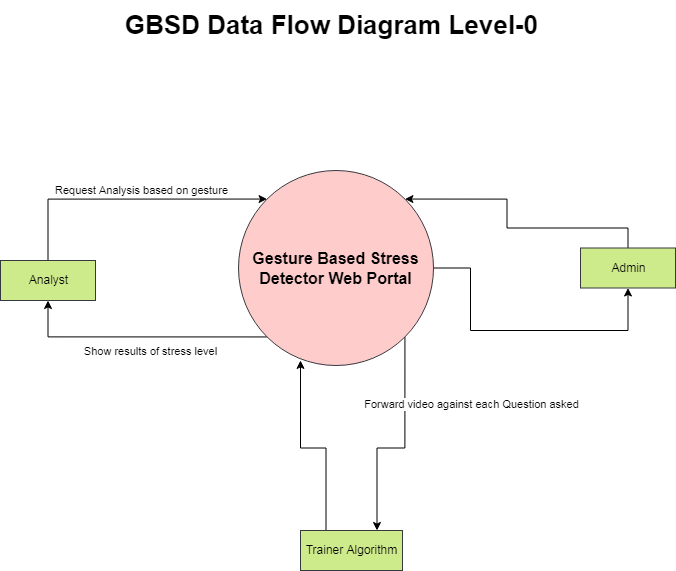
mabdulrafea101/sohaib_fyp_docs keeps this draw.io diagram as DFD_L0_GBSD.png. Above is the earlier version. Source tidied: cells renumbered, new cells last; positions are measured from the earlier drawing's top-left corner, leaving out a move shared by most shapes. Its diagram source:
```xml
<mxGraphModel>
  <root>
    <mxCell id="0" />
    <mxCell id="1" parent="0" />
    <mxCell id="2" value="&lt;b&gt;&lt;font style=&quot;font-size: 26px&quot;&gt;GBSD Data Flow Diagram Level-0&amp;nbsp;&lt;/font&gt;&lt;/b&gt;" style="text;html=1;strokeColor=none;fillColor=none;align=center;verticalAlign=middle;whiteSpace=wrap;rounded=0;" parent="1" vertex="1">
      <mxGeometry x="115" width="440" height="50" as="geometry" />
    </mxCell>
    <mxCell id="3" style="edgeStyle=orthogonalEdgeStyle;rounded=0;jettySize=auto;html=1;exitX=1;exitY=1;exitDx=0;exitDy=0;entryX=0.75;entryY=0;entryDx=0;entryDy=0;" parent="1" edge="1" source="8" target="15">
      <mxGeometry relative="1" as="geometry" />
    </mxCell>
    <mxCell id="4" value="Forward video against each Question asked" style="edgeLabel;html=1;align=center;verticalAlign=middle;" parent="3" vertex="1">
      <mxGeometry x="-0.4" y="-3" relative="1" as="geometry">
        <mxPoint x="69" as="offset" />
      </mxGeometry>
    </mxCell>
    <mxCell id="5" style="edgeStyle=orthogonalEdgeStyle;rounded=0;jettySize=auto;html=1;exitX=0;exitY=1;exitDx=0;exitDy=0;entryX=0.5;entryY=1;entryDx=0;entryDy=0;" parent="1" edge="1" source="8" target="11">
      <mxGeometry relative="1" as="geometry">
        <Array as="points">
          <mxPoint x="48" y="336" />
        </Array>
      </mxGeometry>
    </mxCell>
    <mxCell id="6" value="Show results of stress level" style="edgeLabel;html=1;align=center;verticalAlign=middle;" parent="5" vertex="1">
      <mxGeometry x="0.24" relative="1" as="geometry">
        <mxPoint x="42" y="14" as="offset" />
      </mxGeometry>
    </mxCell>
    <mxCell id="7" style="edgeStyle=orthogonalEdgeStyle;rounded=0;jettySize=auto;html=1;exitX=1;exitY=0.5;exitDx=0;exitDy=0;entryX=0.5;entryY=1;entryDx=0;entryDy=0;" parent="1" edge="1" source="8" target="13">
      <mxGeometry relative="1" as="geometry">
        <Array as="points">
          <mxPoint x="470" y="268" />
          <mxPoint x="470" y="330" />
          <mxPoint x="628" y="330" />
        </Array>
      </mxGeometry>
    </mxCell>
    <mxCell id="8" value="&lt;b&gt;&lt;font style=&quot;font-size: 16px&quot;&gt;Gesture Based Stress Detector Web Portal&lt;/font&gt;&lt;/b&gt;" style="ellipse;whiteSpace=wrap;html=1;fillColor=#ffcccc;strokeColor=#36393d;" parent="1" vertex="1">
      <mxGeometry x="238" y="170" width="195" height="195" as="geometry" />
    </mxCell>
    <mxCell id="9" style="edgeStyle=orthogonalEdgeStyle;rounded=0;jettySize=auto;html=1;exitX=0.5;exitY=0;exitDx=0;exitDy=0;entryX=0;entryY=0;entryDx=0;entryDy=0;" parent="1" edge="1" source="11" target="8">
      <mxGeometry relative="1" as="geometry" />
    </mxCell>
    <mxCell id="10" value="Request Analysis based on gesture" style="edgeLabel;html=1;align=center;verticalAlign=middle;" parent="9" vertex="1">
      <mxGeometry x="-0.1" relative="1" as="geometry">
        <mxPoint x="28" y="-9" as="offset" />
      </mxGeometry>
    </mxCell>
    <mxCell id="11" value="Analyst" style="html=1;dashed=0;whitespace=wrap;fillColor=#cdeb8b;strokeColor=#36393d;" parent="1" vertex="1">
      <mxGeometry y="260" width="95" height="40" as="geometry" />
    </mxCell>
    <mxCell id="12" style="edgeStyle=orthogonalEdgeStyle;rounded=0;jettySize=auto;html=1;exitX=0.5;exitY=0;exitDx=0;exitDy=0;entryX=1;entryY=0;entryDx=0;entryDy=0;" parent="1" edge="1" source="13" target="8">
      <mxGeometry relative="1" as="geometry" />
    </mxCell>
    <mxCell id="13" value="Admin" style="html=1;dashed=0;whitespace=wrap;fillColor=#cdeb8b;strokeColor=#36393d;" parent="1" vertex="1">
      <mxGeometry x="580" y="247.5" width="95" height="40" as="geometry" />
    </mxCell>
    <mxCell id="14" style="edgeStyle=orthogonalEdgeStyle;rounded=0;jettySize=auto;html=1;exitX=0.25;exitY=0;exitDx=0;exitDy=0;entryX=0.318;entryY=0.974;entryDx=0;entryDy=0;entryPerimeter=0;" parent="1" edge="1" source="15" target="8">
      <mxGeometry relative="1" as="geometry" />
    </mxCell>
    <mxCell id="15" value="Trainer Algorithm" style="html=1;dashed=0;whitespace=wrap;fillColor=#cdeb8b;strokeColor=#36393d;" parent="1" vertex="1">
      <mxGeometry x="300" y="530" width="102" height="40" as="geometry" />
    </mxCell>
  </root>
</mxGraphModel>
```
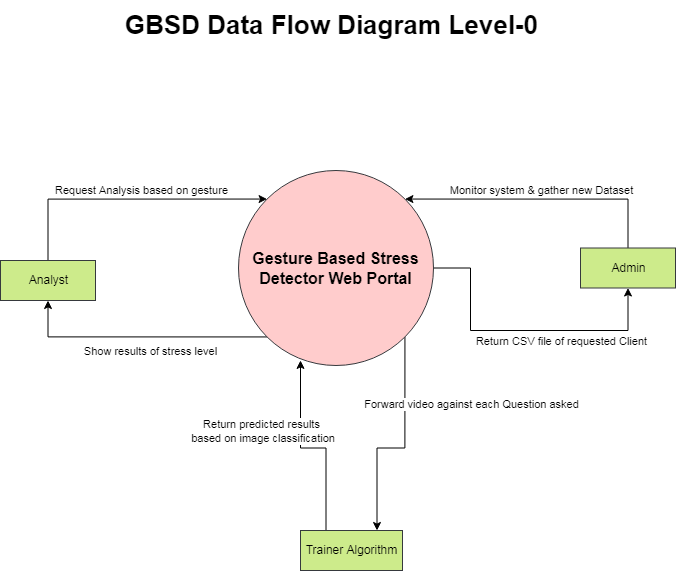
Later version of the same file.

What changed in the source:
```diff
@@ -34,6 +34,11 @@
         </Array>
       </mxGeometry>
     </mxCell>
+    <mxCell id="16" value="Return CSV file of requested Client" style="edgeLabel;html=1;align=center;verticalAlign=middle;" parent="7" vertex="1">
+      <mxGeometry x="0.03" y="-2" relative="1" as="geometry">
+        <mxPoint x="37" y="8" as="offset" />
+      </mxGeometry>
+    </mxCell>
     <mxCell id="8" value="&lt;b&gt;&lt;font style=&quot;font-size: 16px&quot;&gt;Gesture Based Stress Detector Web Portal&lt;/font&gt;&lt;/b&gt;" style="ellipse;whiteSpace=wrap;html=1;fillColor=#ffcccc;strokeColor=#36393d;" parent="1" vertex="1">
       <mxGeometry x="238" y="170" width="195" height="195" as="geometry" />
     </mxCell>
@@ -49,14 +54,28 @@
       <mxGeometry y="260" width="95" height="40" as="geometry" />
     </mxCell>
     <mxCell id="12" style="edgeStyle=orthogonalEdgeStyle;rounded=0;jettySize=auto;html=1;exitX=0.5;exitY=0;exitDx=0;exitDy=0;entryX=1;entryY=0;entryDx=0;entryDy=0;" parent="1" edge="1" source="13" target="8">
-      <mxGeometry relative="1" as="geometry" />
+      <mxGeometry relative="1" as="geometry">
+        <Array as="points">
+          <mxPoint x="628" y="199" />
+        </Array>
+      </mxGeometry>
     </mxCell>
+    <mxCell id="17" value="Monitor system &amp;amp; gather new Dataset" style="edgeLabel;html=1;align=center;verticalAlign=middle;" parent="12" vertex="1">
+      <mxGeometry x="0.26" y="-2" relative="1" as="geometry">
+        <mxPoint x="35" y="-7" as="offset" />
+      </mxGeometry>
+    </mxCell>
     <mxCell id="13" value="Admin" style="html=1;dashed=0;whitespace=wrap;fillColor=#cdeb8b;strokeColor=#36393d;" parent="1" vertex="1">
       <mxGeometry x="580" y="247.5" width="95" height="40" as="geometry" />
     </mxCell>
     <mxCell id="14" style="edgeStyle=orthogonalEdgeStyle;rounded=0;jettySize=auto;html=1;exitX=0.25;exitY=0;exitDx=0;exitDy=0;entryX=0.318;entryY=0.974;entryDx=0;entryDy=0;entryPerimeter=0;" parent="1" edge="1" source="15" target="8">
       <mxGeometry relative="1" as="geometry" />
     </mxCell>
+    <mxCell id="18" value="Return predicted results&lt;br&gt;&amp;nbsp;based on image classification" style="edgeLabel;html=1;align=center;verticalAlign=middle;" parent="14" vertex="1">
+      <mxGeometry x="0.41" y="3" relative="1" as="geometry">
+        <mxPoint x="-37" y="12" as="offset" />
+      </mxGeometry>
+    </mxCell>
     <mxCell id="15" value="Trainer Algorithm" style="html=1;dashed=0;whitespace=wrap;fillColor=#cdeb8b;strokeColor=#36393d;" parent="1" vertex="1">
       <mxGeometry x="300" y="530" width="102" height="40" as="geometry" />
     </mxCell>
```
